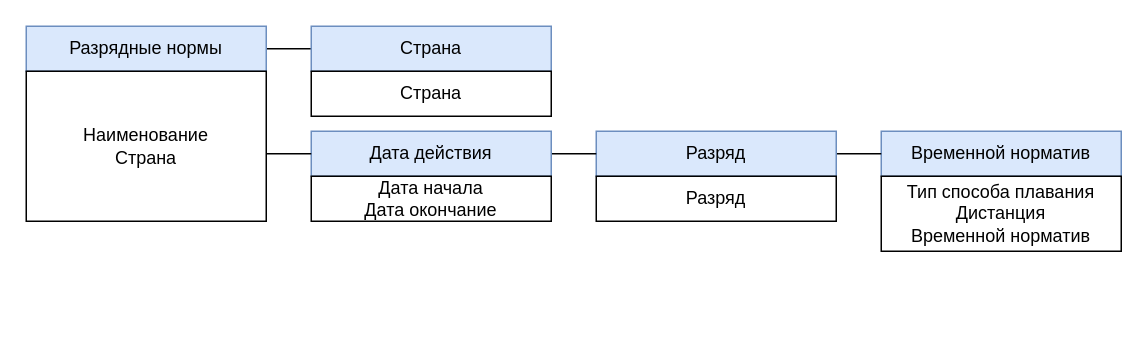
Before: page "Page-2" (2 of 2) of Разрядные нормативы.drawio in Buterbrod/Swimming-open, a draw.io diagram. Source tidied: cells renumbered, new cells numbered last; positions are measured from the earlier drawing's top-left corner, leaving out a move shared by most shapes. Both pictures are drawn from the tidied source at 150%, with x=0, y=0 at pixel (26, 26).
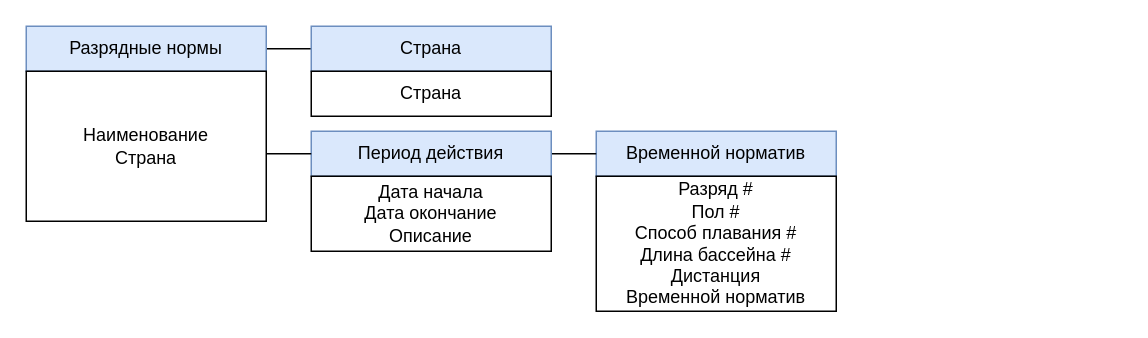
Above is the later version.

What changed in the source:
```diff
@@
 <mxGraphModel>
   <root>
     <mxCell id="0" />
     <mxCell id="1" parent="0" />
     <mxCell id="2" value="Временной норматив" style="rounded=0;whiteSpace=wrap;html=1;fillColor=#dae8fc;strokeColor=#6c8ebf;" parent="1" vertex="1">
-      <mxGeometry x="570" y="70" width="160" height="30" as="geometry" />
+      <mxGeometry x="380" y="70" width="160" height="30" as="geometry" />
     </mxCell>
-    <mxCell id="3" value="Тип способа плавания&lt;br&gt;Дистанция&lt;br&gt;Временной норматив" style="rounded=0;whiteSpace=wrap;html=1;align=center;" parent="1" vertex="1">
-      <mxGeometry x="570" y="100" width="160" height="50" as="geometry" />
+    <mxCell id="3" value="Разряд #&lt;br&gt;Пол #&lt;br&gt;Способ плавания #&lt;br&gt;Длина бассейна #&lt;br&gt;Дистанция&lt;br&gt;Временной норматив" style="rounded=0;whiteSpace=wrap;html=1;align=center;" parent="1" vertex="1">
+      <mxGeometry x="380" y="100" width="160" height="90" as="geometry" />
     </mxCell>
-    <mxCell id="4" style="edgeStyle=orthogonalEdgeStyle;rounded=0;jettySize=auto;html=1;entryX=0;entryY=0.5;entryDx=0;entryDy=0;fontFamily=Helvetica;fontSize=12;fontColor=default;endArrow=none;endFill=0;" parent="1" edge="1" source="5" target="2">
-      <mxGeometry relative="1" as="geometry" />
-    </mxCell>
-    <mxCell id="5" value="Разряд" style="rounded=0;whiteSpace=wrap;html=1;fillColor=#dae8fc;strokeColor=#6c8ebf;" parent="1" vertex="1">
-      <mxGeometry x="380" y="70" width="160" height="30" as="geometry" />
-    </mxCell>
-    <mxCell id="6" value="Разряд" style="rounded=0;whiteSpace=wrap;html=1;align=center;" parent="1" vertex="1">
-      <mxGeometry x="380" y="100" width="160" height="30" as="geometry" />
-    </mxCell>
     <mxCell id="7" style="edgeStyle=orthogonalEdgeStyle;rounded=0;jettySize=auto;html=1;entryX=0;entryY=0.5;entryDx=0;entryDy=0;fontFamily=Helvetica;fontSize=12;fontColor=default;endArrow=none;endFill=0;" parent="1" edge="1" source="8">
       <mxGeometry relative="1" as="geometry">
         <mxPoint x="190" y="15" as="targetPoint" />
       </mxGeometry>
     </mxCell>
     <mxCell id="8" value="Разрядные нормы" style="rounded=0;whiteSpace=wrap;html=1;fillColor=#dae8fc;strokeColor=#6c8ebf;" parent="1" vertex="1">
       <mxGeometry width="160" height="30" as="geometry" />
     </mxCell>
     <mxCell id="9" value="Наименование&lt;br&gt;Страна" style="rounded=0;whiteSpace=wrap;html=1;align=center;" parent="1" vertex="1">
       <mxGeometry y="30" width="160" height="100" as="geometry" />
     </mxCell>
     <mxCell id="10" style="edgeStyle=orthogonalEdgeStyle;rounded=0;jettySize=auto;html=1;entryX=0;entryY=0.5;entryDx=0;entryDy=0;fontFamily=Helvetica;fontSize=12;fontColor=default;endArrow=none;endFill=0;" parent="1" edge="1" source="11">
       <mxGeometry relative="1" as="geometry">
         <mxPoint x="380" y="85" as="targetPoint" />
       </mxGeometry>
     </mxCell>
-    <mxCell id="11" value="Дата действия" style="rounded=0;whiteSpace=wrap;html=1;fillColor=#dae8fc;strokeColor=#6c8ebf;" parent="1" vertex="1">
+    <mxCell id="11" value="Период действия" style="rounded=0;whiteSpace=wrap;html=1;fillColor=#dae8fc;strokeColor=#6c8ebf;" parent="1" vertex="1">
       <mxGeometry x="190" y="70" width="160" height="30" as="geometry" />
     </mxCell>
-    <mxCell id="12" value="Дата начала&lt;br&gt;Дата окончание" style="rounded=0;whiteSpace=wrap;html=1;align=center;" parent="1" vertex="1">
-      <mxGeometry x="190" y="100" width="160" height="30" as="geometry" />
+    <mxCell id="12" value="Дата начала&lt;br&gt;Дата окончание&lt;br&gt;Описание" style="rounded=0;whiteSpace=wrap;html=1;align=center;" parent="1" vertex="1">
+      <mxGeometry x="190" y="100" width="160" height="50" as="geometry" />
     </mxCell>
     <mxCell id="13" style="edgeStyle=orthogonalEdgeStyle;rounded=0;orthogonalLoop=1;jettySize=auto;html=1;entryX=0;entryY=0.5;entryDx=0;entryDy=0;fontFamily=Helvetica;fontSize=12;fontColor=default;endArrow=none;endFill=0;" parent="1" edge="1">
       <mxGeometry relative="1" as="geometry">
         <mxPoint x="160" y="85" as="sourcePoint" />
         <mxPoint x="190" y="85" as="targetPoint" />
       </mxGeometry>
     </mxCell>
     <mxCell id="14" value="Страна" style="rounded=0;whiteSpace=wrap;html=1;fillColor=#dae8fc;strokeColor=#6c8ebf;" parent="1" vertex="1">
       <mxGeometry x="190" width="160" height="30" as="geometry" />
     </mxCell>
     <mxCell id="15" value="Страна" style="rounded=0;whiteSpace=wrap;html=1;align=center;" parent="1" vertex="1">
       <mxGeometry x="190" y="30" width="160" height="30" as="geometry" />
     </mxCell>
   </root>
 </mxGraphModel>
```
